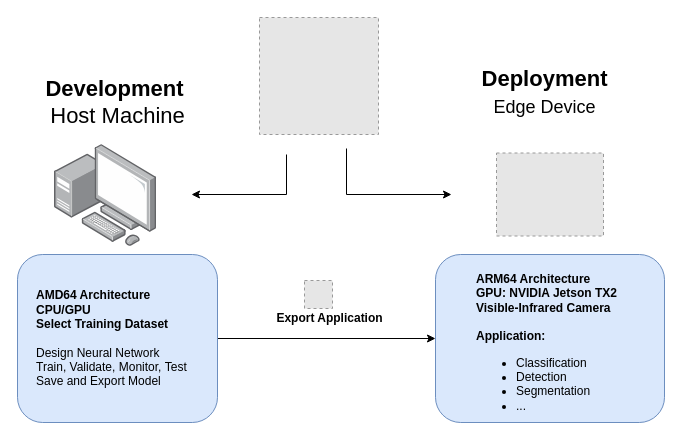
This is assets/images/pensarsdk/pensarsdk_workflow.drawio from amineHY/amine-hadjyoucef.github.io, a draw.io file, before an edit. Source tidied: cells renumbered, new cells numbered last; positions are measured from the earlier drawing's top-left corner, leaving out a move shared by most shapes. Both pictures are drawn from the tidied source at 100%, with x=0, y=0 at pixel (17, 17). Pictures stored in the file or linked from it are replaced by grey dashed boxes.
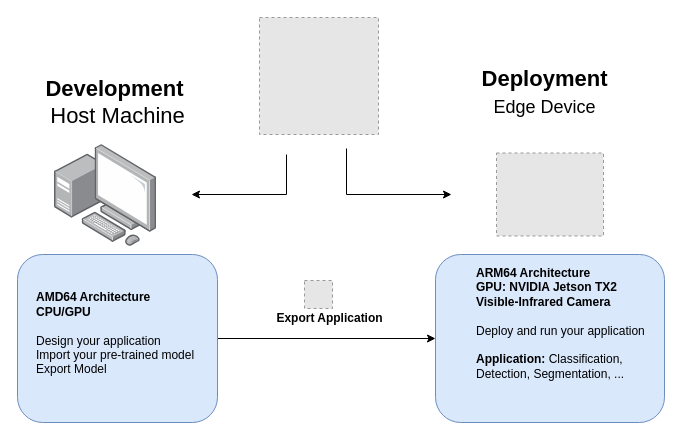
The same diagram, later.

Diff of the diagram source:
```diff
@@
-    <mxCell id="7" value="&lt;span&gt;AMD64 Architecture&lt;/span&gt;&lt;br&gt;&lt;span&gt;CPU/GPU&lt;/span&gt;&lt;br&gt;&lt;span&gt;Select Training Dataset&lt;br&gt;&lt;/span&gt;&lt;br&gt;&lt;span style=&quot;font-weight: normal&quot;&gt;&lt;span&gt;Design Neural Network&lt;/span&gt;&lt;br&gt;&lt;span&gt;Train, Validate,&amp;nbsp;&lt;/span&gt;Monitor,&amp;nbsp;&lt;span&gt;Test&lt;/span&gt;&lt;br&gt;&lt;/span&gt;&lt;span&gt;&lt;span style=&quot;font-weight: normal&quot;&gt;Save and Export Model&lt;/span&gt;&lt;br&gt;&lt;/span&gt;" style="text;html=1;align=left;verticalAlign=middle;fillColor=none;strokeColor=none;rounded=1;fontStyle=1;horizontal=1;labelPosition=center;verticalLabelPosition=middle;labelBackgroundColor=none;labelBorderColor=none;" parent="1" vertex="1">
-      <mxGeometry x="17" y="271" width="170" height="100" as="geometry" />
+    <mxCell id="7" value="&lt;span&gt;AMD64 Architecture&lt;/span&gt;&lt;br&gt;&lt;span&gt;CPU/GPU&lt;/span&gt;&lt;br&gt;&lt;br&gt;&lt;span style=&quot;font-weight: normal&quot;&gt;Design your application&lt;br&gt;Import your pre-trained model&lt;br&gt;&lt;/span&gt;&lt;span&gt;&lt;span style=&quot;font-weight: normal&quot;&gt;Export Model&lt;/span&gt;&lt;br&gt;&lt;/span&gt;" style="text;html=1;align=left;verticalAlign=middle;fillColor=none;strokeColor=none;rounded=1;fontStyle=1;horizontal=1;labelPosition=center;verticalLabelPosition=middle;labelBackgroundColor=none;labelBorderColor=none;" parent="1" vertex="1">
+      <mxGeometry x="17" y="271" width="170" height="90" as="geometry" />
     </mxCell>
-    <mxCell id="8" value="&lt;span&gt;ARM64 Architecture&lt;/span&gt;&lt;br&gt;&lt;span&gt;GPU: NVIDIA Jetson TX2&lt;/span&gt;&lt;br&gt;&lt;span&gt;Visible-Infrared Camera&lt;br&gt;&lt;br&gt;Application:&lt;br&gt;&lt;ul&gt;&lt;li&gt;&lt;span style=&quot;font-weight: normal&quot;&gt;Classification&lt;/span&gt;&lt;/li&gt;&lt;li&gt;&lt;span style=&quot;font-weight: normal&quot;&gt;Detection&lt;/span&gt;&lt;/li&gt;&lt;li&gt;&lt;span style=&quot;font-weight: normal&quot;&gt;Segmentation&lt;/span&gt;&lt;/li&gt;&lt;li&gt;&lt;span style=&quot;font-weight: normal&quot;&gt;...&lt;/span&gt;&lt;/li&gt;&lt;/ul&gt;&lt;/span&gt;" style="text;html=1;align=left;verticalAlign=middle;fillColor=none;strokeColor=none;rounded=1;fontStyle=1;" parent="1" vertex="1">
-      <mxGeometry x="457" y="251" width="150" height="160" as="geometry" />
+    <mxCell id="8" value="&lt;span&gt;ARM64 Architecture&lt;/span&gt;&lt;br&gt;&lt;span&gt;GPU: NVIDIA Jetson TX2&lt;/span&gt;&lt;br&gt;&lt;span&gt;Visible-Infrared Camera&lt;br&gt;&lt;span style=&quot;font-weight: normal&quot;&gt;&lt;br&gt;Deploy and run your application&lt;/span&gt;&lt;br&gt;&lt;br&gt;Application:&amp;nbsp;&lt;/span&gt;&lt;span style=&quot;font-weight: normal&quot;&gt;Classification,&amp;nbsp;&lt;br&gt;&lt;/span&gt;&lt;span style=&quot;font-weight: normal&quot;&gt;Detection,&amp;nbsp;&lt;/span&gt;&lt;span style=&quot;font-weight: normal&quot;&gt;Segmentation, ...&lt;br&gt;&lt;/span&gt;" style="text;html=1;align=left;verticalAlign=middle;fillColor=none;strokeColor=none;rounded=1;fontStyle=1;" parent="1" vertex="1">
+      <mxGeometry x="457" y="246" width="180" height="120" as="geometry" />
     </mxCell>
```
